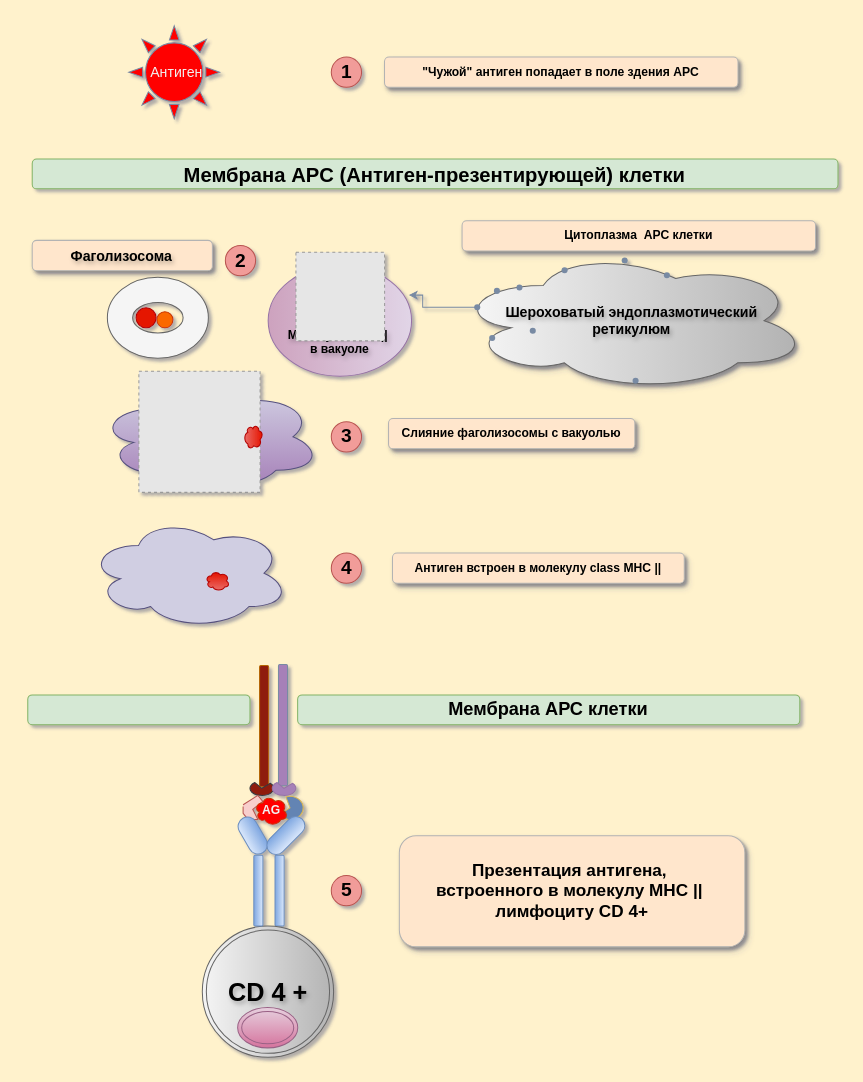
Earlier version of the draw.io diagram membraine.drawio (lissa3/menubar). Source tidied: cells renumbered, new cells numbered last; positions are measured from the earlier drawing's top-left corner, leaving out a move shared by most shapes. Both pictures are drawn from the tidied source at 101%, with x=0, y=0 at pixel (17, 17). Pictures stored in the file or linked from it are replaced by grey dashed boxes.
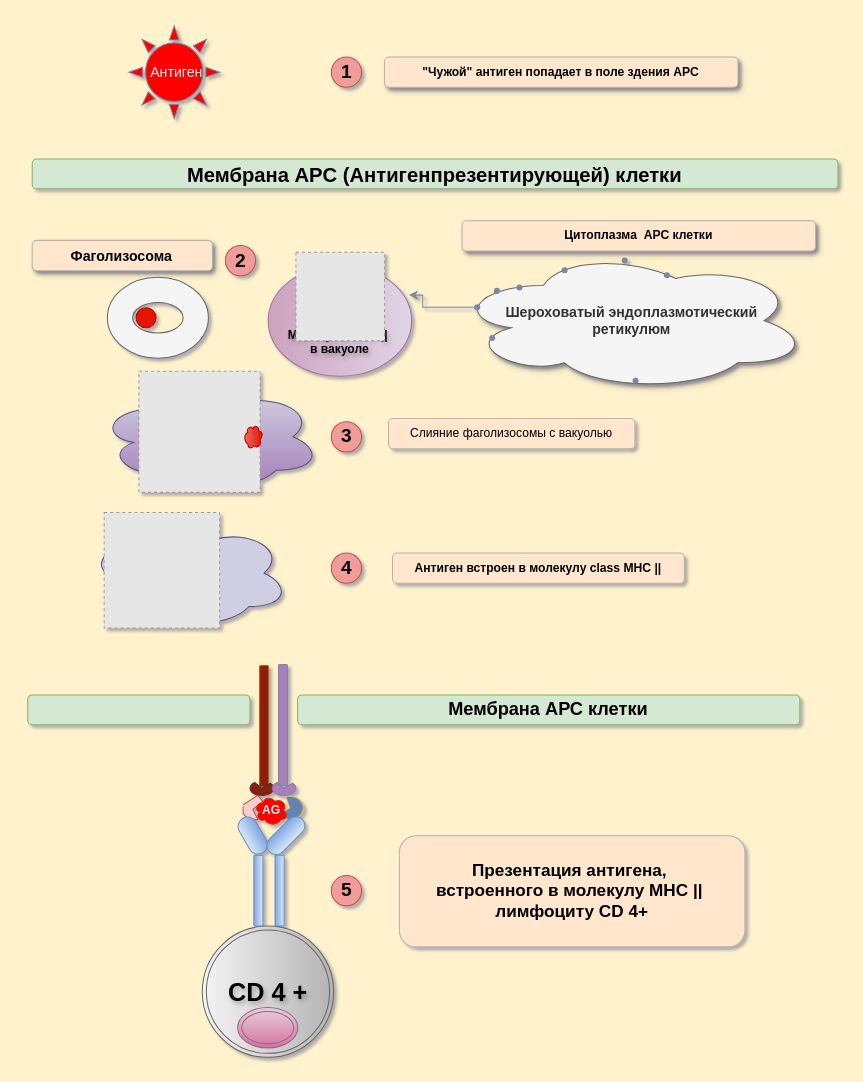
After the change.

The edit, as a diff of the source:
```diff
@@
-    <mxCell id="3" value="&lt;font style=&quot;font-size: 14px;&quot;&gt;&lt;b&gt;Шероховатый эндоплазмотический&lt;/b&gt;&lt;/font&gt;&lt;div style=&quot;font-size: 14px;&quot;&gt;&lt;font style=&quot;font-size: 14px;&quot;&gt;&lt;b&gt;ретикулюм&lt;/b&gt;&lt;/font&gt;&lt;/div&gt;" style="ellipse;shape=cloud;whiteSpace=wrap;html=1;fillColor=#f5f5f5;strokeColor=#666666;textShadow=1;shadow=1;labelBackgroundColor=none;gradientColor=#b3b3b3;gradientDirection=east;" parent="1" vertex="1">
+    <mxCell id="3" value="&lt;font style=&quot;font-size: 14px;&quot;&gt;&lt;b&gt;Шероховатый эндоплазмотический&lt;/b&gt;&lt;/font&gt;&lt;div style=&quot;font-size: 14px;&quot;&gt;&lt;font style=&quot;font-size: 14px;&quot;&gt;&lt;b&gt;ретикулюм&lt;/b&gt;&lt;/font&gt;&lt;/div&gt;" style="ellipse;shape=cloud;whiteSpace=wrap;html=1;fillColor=#f5f5f5;strokeColor=#666666;textShadow=0;shadow=1;labelBackgroundColor=none;gradientDirection=east;fontColor=#333333;" parent="1" vertex="1">
       <mxGeometry x="432.8" y="230.5" width="350" height="139" as="geometry" />
     </mxCell>
@@
-    <mxCell id="6" style="shape=waypoint;sketch=0;fillStyle=solid;size=6;fillColor=none;perimeter=centerPerimeter;labelBackgroundColor=none;strokeColor=#788AA3;fontColor=#46495D;" parent="1" vertex="1">
-      <mxGeometry x="500" y="300" width="20" height="20" as="geometry" />
-    </mxCell>
@@
-    <mxCell id="35" style="ellipse;whiteSpace=wrap;html=1;fillColor=#fa6800;fontColor=#000000;strokeColor=#C73500;labelBackgroundColor=none;" parent="1" vertex="1">
-      <mxGeometry x="137.8" y="291.2" width="15.9" height="15.9" as="geometry" />
-    </mxCell>
@@
     <mxCell id="37" style="ellipse;shape=cloud;whiteSpace=wrap;html=1;fillColor=#e51400;strokeColor=#B20000;labelBackgroundColor=none;fontColor=#ffffff;gradientColor=#EA6B66;" parent="1" vertex="1">
-      <mxGeometry x="185.9" y="547.6" width="23.8" height="20" as="geometry" />
+      <mxGeometry x="143.1" y="535" width="23.8" height="20" as="geometry" />
     </mxCell>
@@
-    <mxCell id="50" value="&lt;b&gt;&lt;font style=&quot;font-size: 14px;&quot;&gt;Фаголизосома&lt;/font&gt;&lt;/b&gt;" style="rounded=1;whiteSpace=wrap;html=1;labelBackgroundColor=none;fillColor=#ffe6cc;strokeColor=#B3B3B3;glass=0;shadow=1;textShadow=1;labelBorderColor=none;spacing=4;" parent="1" vertex="1">
+    <mxCell id="50" value="&lt;b&gt;&lt;font style=&quot;font-size: 14px;&quot;&gt;Фаголизосома&lt;/font&gt;&lt;/b&gt;" style="rounded=1;whiteSpace=wrap;html=1;labelBackgroundColor=none;fillColor=#ffe6cc;strokeColor=#B3B3B3;glass=0;shadow=1;textShadow=0;labelBorderColor=none;spacing=4;" parent="1" vertex="1">
       <mxGeometry x="14.4" y="220.5" width="178.4" height="30" as="geometry" />
     </mxCell>
-    <mxCell id="51" value="&lt;b&gt;Слияние фаголизосомы с вакуолью&lt;/b&gt;" style="rounded=1;whiteSpace=wrap;html=1;labelBackgroundColor=none;fillColor=#ffe6cc;strokeColor=#B3B3B3;glass=0;shadow=1;" parent="1" vertex="1">
+    <mxCell id="51" value="Слияние фаголизосомы с вакуолью" style="rounded=1;whiteSpace=wrap;labelBackgroundColor=none;fillColor=#ffe6cc;strokeColor=#B3B3B3;glass=0;shadow=0;html=1;" parent="1" vertex="1">
       <mxGeometry x="367.2" y="396.9" width="243.9" height="30" as="geometry" />
     </mxCell>
-    <mxCell id="52" value="&lt;b&gt;Антиген встроен в молекулу class МНС ||&lt;/b&gt;" style="rounded=1;whiteSpace=wrap;html=1;labelBackgroundColor=none;fillColor=#ffe6cc;strokeColor=#B3B3B3;glass=0;shadow=1;" parent="1" vertex="1">
+    <mxCell id="52" value="&lt;b&gt;Антиген встроен в молекулу class МНС ||&lt;/b&gt;" style="rounded=1;whiteSpace=wrap;html=1;labelBackgroundColor=none;fillColor=#ffe6cc;strokeColor=#B3B3B3;glass=0;shadow=0;" parent="1" vertex="1">
       <mxGeometry x="371.1" y="530" width="288.9" height="30" as="geometry" />
     </mxCell>
-    <mxCell id="53" value="&lt;b style=&quot;font-size: 17px;&quot;&gt;&lt;font style=&quot;font-size: 17px;&quot;&gt;Презентация антигена,&amp;nbsp;&lt;/font&gt;&lt;/b&gt;&lt;div&gt;&lt;b style=&quot;font-size: 17px;&quot;&gt;&lt;font style=&quot;font-size: 17px;&quot;&gt;встроенного&amp;nbsp;&lt;/font&gt;&lt;/b&gt;&lt;b style=&quot;background-color: initial; font-size: 17px;&quot;&gt;в молекулу MHC ||&amp;nbsp;&lt;/b&gt;&lt;div&gt;&lt;b style=&quot;font-size: 17px; background-color: initial;&quot;&gt;лимфоциту CD 4+&lt;/b&gt;&lt;/div&gt;&lt;/div&gt;" style="rounded=1;whiteSpace=wrap;html=1;labelBackgroundColor=none;fillColor=#ffe6cc;strokeColor=#B3B3B3;glass=0;shadow=1;" parent="1" vertex="1">
+    <mxCell id="53" value="&lt;b style=&quot;font-size: 17px;&quot;&gt;&lt;font style=&quot;font-size: 17px;&quot;&gt;Презентация антигена,&amp;nbsp;&lt;/font&gt;&lt;/b&gt;&lt;div&gt;&lt;b style=&quot;font-size: 17px;&quot;&gt;&lt;font style=&quot;font-size: 17px;&quot;&gt;встроенного&amp;nbsp;&lt;/font&gt;&lt;/b&gt;&lt;b style=&quot;background-color: initial; font-size: 17px;&quot;&gt;в молекулу MHC ||&amp;nbsp;&lt;/b&gt;&lt;div&gt;&lt;b style=&quot;font-size: 17px; background-color: initial;&quot;&gt;лимфоциту CD 4+&lt;/b&gt;&lt;/div&gt;&lt;/div&gt;" style="rounded=1;whiteSpace=wrap;html=1;labelBackgroundColor=none;fillColor=#ffe6cc;strokeColor=#B3B3B3;glass=0;shadow=0;" parent="1" vertex="1">
       <mxGeometry x="377.9" y="810" width="342.1" height="110" as="geometry" />
     </mxCell>
@@
-    <mxCell id="56" value="&lt;b&gt;&lt;font style=&quot;font-size: 20px;&quot;&gt;Мембрана APC (Антиген-презентирующей) клетки&lt;/font&gt;&lt;/b&gt;" style="rounded=1;whiteSpace=wrap;html=1;fillColor=#d5e8d4;strokeColor=#82b366;" parent="1" vertex="1">
+    <mxCell id="56" value="&lt;b&gt;&lt;font style=&quot;font-size: 20px;&quot;&gt;Мембрана APC (Антигенпрезентирующей) клетки&lt;/font&gt;&lt;/b&gt;" style="rounded=1;whiteSpace=wrap;html=1;fillColor=#d5e8d4;strokeColor=#82b366;" parent="1" vertex="1">
       <mxGeometry x="14.4" y="140" width="797.8" height="29.5" as="geometry" />
     </mxCell>
+    <mxCell id="57" style="fillColor=#E6E6E6;strokeColor=#999999;dashed=1;html=1;verticalAlign=top;verticalLabelPosition=bottom;labelBackgroundColor=none;fontColor=#46495D;" parent="1" vertex="1">
+      <mxGeometry x="85.6" y="490" width="114.4" height="114.4" as="geometry" />
+    </mxCell>
```
